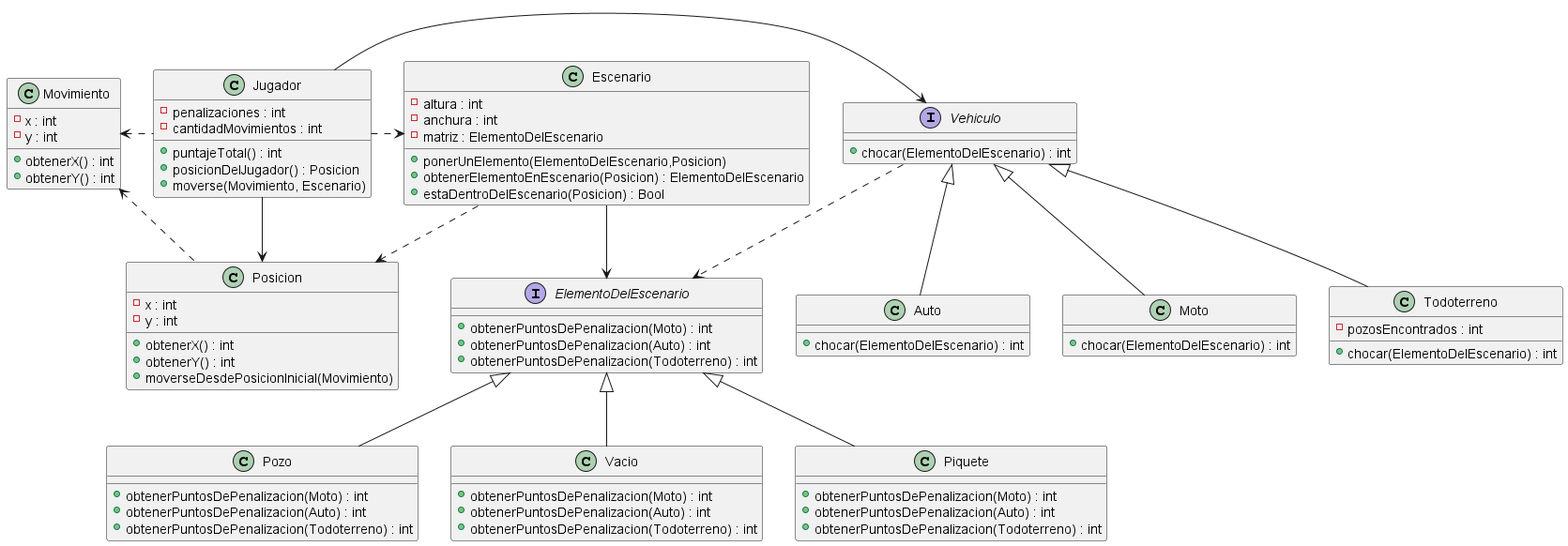
This is diagrams/classes/diagrama_clase.png from NestorPala/T17-GPSChallenge, a PlantUML export, as it was before one commit. Its source is kept beside it as diagrams/classes/diagrama_clase.puml.
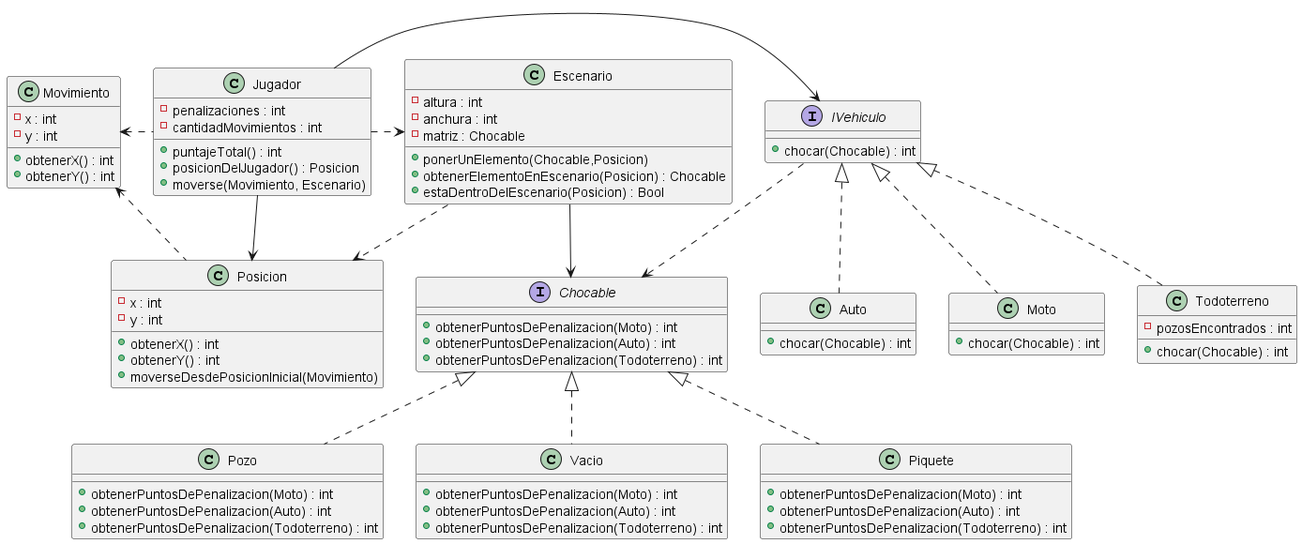
Above is the later version.

Commit message:
Corrijo nombres y flechas de interfaces en el diagrama de clases

The edit, as a diff of the source:
```diff
@@ -18,9 +18,9 @@
 class Escenario {
     - altura : int
     - anchura : int
-    - matriz : ElementoDelEscenario
-    + ponerUnElemento(ElementoDelEscenario,Posicion)
-    + obtenerElementoEnEscenario(Posicion) : ElementoDelEscenario
+    - matriz : Chocable
+    + ponerUnElemento(Chocable,Posicion)
+    + obtenerElementoEnEscenario(Posicion) : Chocable
     + estaDentroDelEscenario(Posicion) : Bool
 }
 
@@ -51,45 +51,45 @@
 }
 
 class Auto {
-    + chocar(ElementoDelEscenario) : int
+    + chocar(Chocable) : int
 }
 
 class Moto {
-    + chocar(ElementoDelEscenario) : int
+    + chocar(Chocable) : int
 }
 
 class Todoterreno {
     - pozosEncontrados : int
-    + chocar(ElementoDelEscenario) : int
+    + chocar(Chocable) : int
 }
 
-interface Vehiculo {
-    + chocar(ElementoDelEscenario) : int
+interface IVehiculo {
+    + chocar(Chocable) : int
 }
 
-interface ElementoDelEscenario {
+interface Chocable {
     + obtenerPuntosDePenalizacion(Moto) : int
     + obtenerPuntosDePenalizacion(Auto) : int
     + obtenerPuntosDePenalizacion(Todoterreno) : int
 }
 
-Jugador -> Vehiculo
+Jugador -> IVehiculo
 Movimiento <. Jugador
 
-Vehiculo <|-- Auto
-Vehiculo <|-- Moto
-Vehiculo <|-- Todoterreno
+IVehiculo <|.. Auto
+IVehiculo <|.. Moto
+IVehiculo <|.. Todoterreno
 
-ElementoDelEscenario <|-- Pozo
-ElementoDelEscenario <|-- Vacio
-ElementoDelEscenario <|-- Piquete
+Chocable <|.. Pozo
+Chocable <|.. Vacio
+Chocable <|.. Piquete
 
 Jugador --> Posicion
 Jugador .> Escenario
 
-Escenario --> ElementoDelEscenario
+Escenario --> Chocable
 Escenario ..> Posicion
 Movimiento <.. Posicion
-Vehiculo ..> ElementoDelEscenario
+IVehiculo ..> Chocable
 
 @enduml
```
